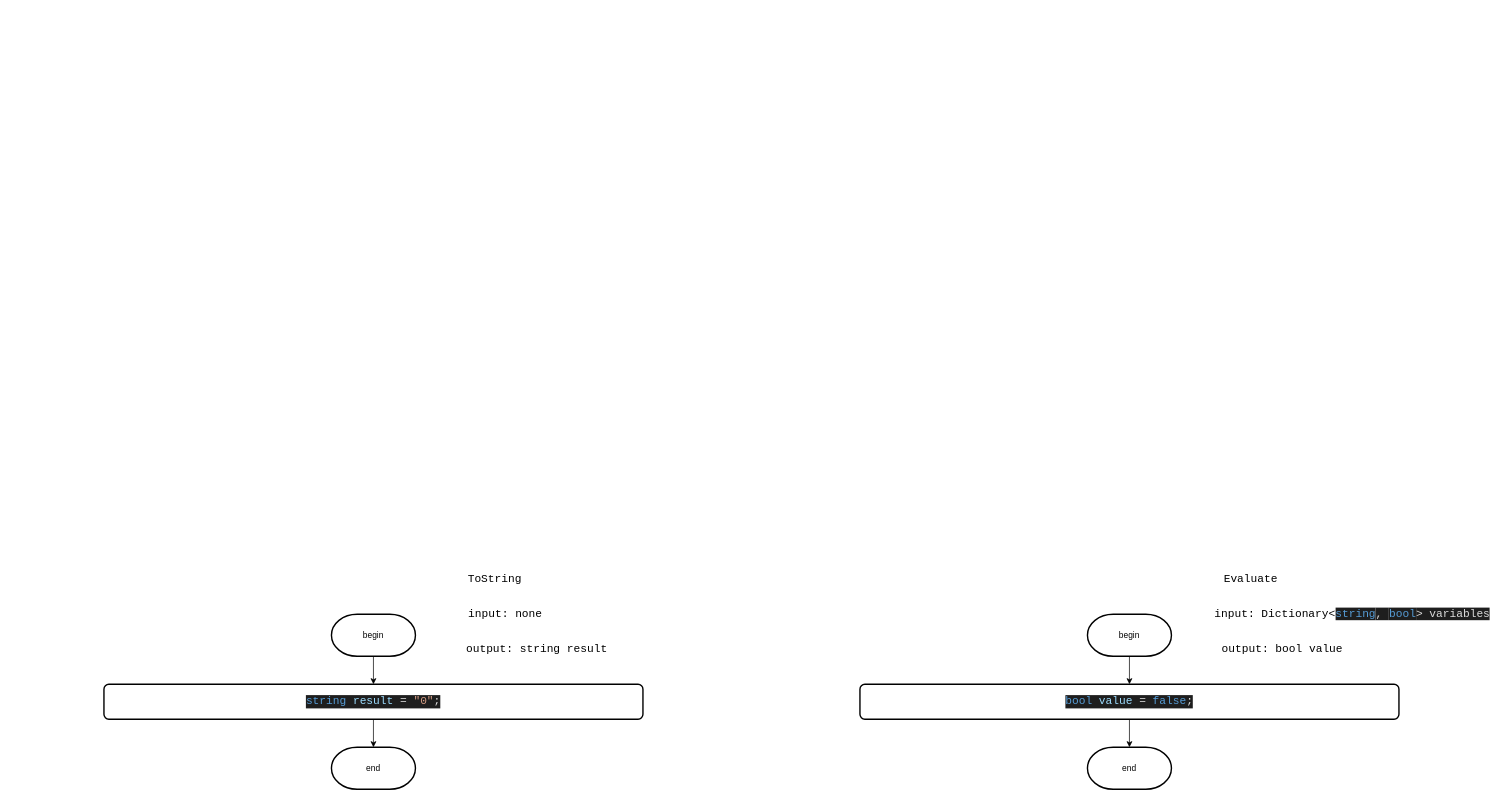
This is Diagrams/false.drawio from slavikovics/FictionalVariables, a draw.io file, before an edit. Source tidied: cells renumbered, new cells numbered last; positions are measured from the earlier drawing's top-left corner, leaving out a move shared by most shapes. Both pictures are drawn from the tidied source at 70%, with x=0, y=0 at pixel (104, 558).
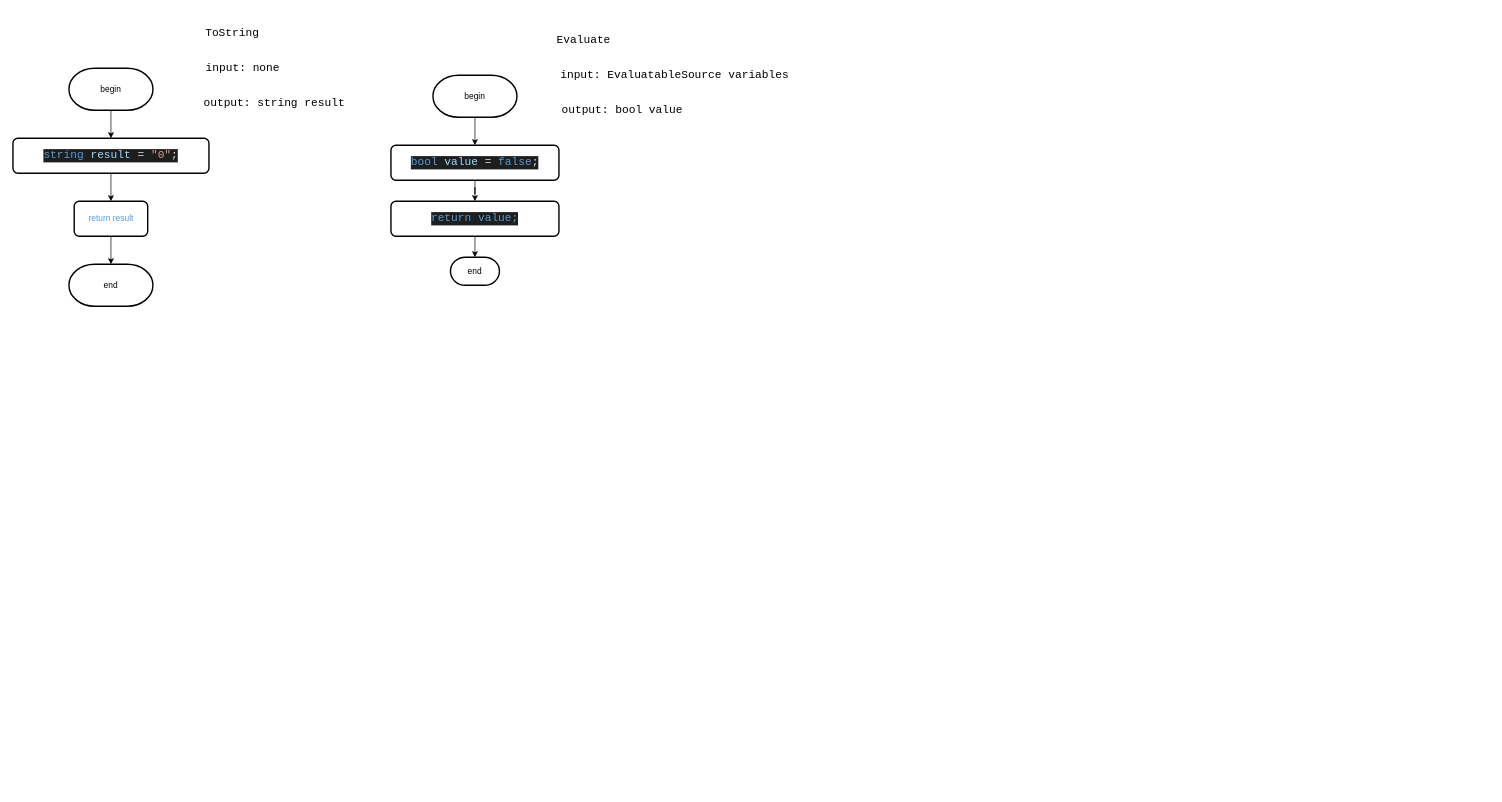
The same diagram, later.

Diff of the diagram source:
```diff
@@
     <mxCell id="2" value="&lt;pre style=&quot;font-family: &amp;quot;JetBrains Mono&amp;quot;, monospace; font-size: 12pt;&quot;&gt;Evaluate&lt;/pre&gt;" style="text;html=1;align=center;verticalAlign=middle;strokeColor=none;fillColor=none;" parent="1" vertex="1">
-      <mxGeometry x="1592.5" width="90" height="60" as="geometry" />
+      <mxGeometry x="640" y="-770" width="90" height="60" as="geometry" />
     </mxCell>
@@
     <mxCell id="4" value="begin" style="strokeWidth=2;html=1;shape=mxgraph.flowchart.terminator;whiteSpace=wrap;" parent="1" vertex="1">
-      <mxGeometry x="1405" y="80" width="120" height="60" as="geometry" />
+      <mxGeometry x="470" y="-690" width="120" height="60" as="geometry" />
     </mxCell>
+    <mxCell id="18" style="edgeStyle=orthogonalEdgeStyle;rounded=0;jettySize=auto;html=1;exitX=0.5;exitY=1;exitDx=0;exitDy=0;" parent="1" edge="1" source="5" target="22">
+      <mxGeometry relative="1" as="geometry" />
+    </mxCell>
     <mxCell id="5" value="&lt;div style=&quot;background-color: rgb(30, 30, 30); color: rgb(220, 220, 220);&quot;&gt;&lt;pre style=&quot;font-family:'JetBrains Mono',monospace;font-size:12.0pt;&quot;&gt;&lt;pre style=&quot;font-family:'JetBrains Mono',monospace;font-size:12.0pt;&quot;&gt;&lt;pre style=&quot;font-family:'JetBrains Mono',monospace;font-size:12.0pt;&quot;&gt;&lt;pre style=&quot;font-family:'JetBrains Mono',monospace;font-size:12.0pt;&quot;&gt;&lt;div&gt;&lt;pre style=&quot;font-family:'JetBrains Mono',monospace;font-size:12.0pt;&quot;&gt;&lt;span style=&quot;color:#569cd6;&quot;&gt;bool &lt;/span&gt;&lt;span style=&quot;color:#9cdcfe;&quot;&gt;value &lt;/span&gt;= &lt;span style=&quot;color:#569cd6;&quot;&gt;false&lt;/span&gt;;&lt;/pre&gt;&lt;/div&gt;&lt;/pre&gt;&lt;/pre&gt;&lt;/pre&gt;&lt;/pre&gt;&lt;/div&gt;" style="rounded=1;whiteSpace=wrap;html=1;absoluteArcSize=1;arcSize=14;strokeWidth=2;" parent="1" vertex="1">
-      <mxGeometry x="1080" y="180" width="770" height="50" as="geometry" />
+      <mxGeometry x="410" y="-590" width="240" height="50" as="geometry" />
     </mxCell>
-    <mxCell id="6" value="&lt;pre style=&quot;font-family: &amp;quot;JetBrains Mono&amp;quot;, monospace; font-size: 12pt;&quot;&gt;input: Dictionary&amp;lt;&lt;span style=&quot;font-size: 12pt; background-color: rgb(30, 30, 30); white-space-collapse: collapse; color: rgb(86, 156, 214);&quot;&gt;string&lt;/span&gt;&lt;span style=&quot;font-size: 12pt; background-color: rgb(30, 30, 30); color: rgb(220, 220, 220); white-space-collapse: collapse;&quot;&gt;, &lt;/span&gt;&lt;span style=&quot;font-size: 12pt; background-color: rgb(30, 30, 30); white-space-collapse: collapse; color: rgb(86, 156, 214);&quot;&gt;bool&lt;/span&gt;&lt;span style=&quot;font-size: 12pt; background-color: rgb(30, 30, 30); color: rgb(220, 220, 220); white-space-collapse: collapse;&quot;&gt;&amp;gt; variables&lt;/span&gt;&lt;/pre&gt;" style="text;html=1;align=center;verticalAlign=middle;strokeColor=none;fillColor=none;" parent="1" vertex="1">
-      <mxGeometry x="1592.5" y="50" width="380" height="60" as="geometry" />
+    <mxCell id="6" value="&lt;pre style=&quot;font-family: &amp;quot;JetBrains Mono&amp;quot;, monospace; font-size: 12pt;&quot;&gt;input: EvaluatableSource variables&lt;/pre&gt;" style="text;html=1;align=center;verticalAlign=middle;strokeColor=none;fillColor=none;" parent="1" vertex="1">
+      <mxGeometry x="640" y="-720" width="350" height="60" as="geometry" />
     </mxCell>
     <mxCell id="7" value="&lt;pre style=&quot;font-family: &amp;quot;JetBrains Mono&amp;quot;, monospace; font-size: 12pt;&quot;&gt;output: bool value&lt;/pre&gt;" style="text;html=1;align=center;verticalAlign=middle;strokeColor=none;fillColor=none;" parent="1" vertex="1">
-      <mxGeometry x="1592.5" y="100" width="180" height="60" as="geometry" />
+      <mxGeometry x="650" y="-670" width="180" height="60" as="geometry" />
     </mxCell>
     <mxCell id="8" value="end" style="strokeWidth=2;html=1;shape=mxgraph.flowchart.terminator;whiteSpace=wrap;" parent="1" vertex="1">
-      <mxGeometry x="1405" y="270" width="120" height="60" as="geometry" />
+      <mxGeometry x="495" y="-430" width="70" height="40" as="geometry" />
     </mxCell>
-    <mxCell id="9" style="edgeStyle=orthogonalEdgeStyle;rounded=0;jettySize=auto;html=1;exitX=0.5;exitY=1;exitDx=0;exitDy=0;entryX=0.5;entryY=0;entryDx=0;entryDy=0;entryPerimeter=0;" parent="1" edge="1" source="5" target="8">
-      <mxGeometry relative="1" as="geometry" />
-    </mxCell>
     <mxCell id="10" value="&lt;pre style=&quot;font-family: &amp;quot;JetBrains Mono&amp;quot;, monospace; font-size: 12pt;&quot;&gt;ToString&lt;/pre&gt;" style="text;html=1;align=center;verticalAlign=middle;strokeColor=none;fillColor=none;" parent="1" vertex="1">
-      <mxGeometry x="512.5" width="90" height="60" as="geometry" />
+      <mxGeometry x="137.5" y="-780" width="90" height="60" as="geometry" />
     </mxCell>
@@
     <mxCell id="12" value="begin" style="strokeWidth=2;html=1;shape=mxgraph.flowchart.terminator;whiteSpace=wrap;" parent="1" vertex="1">
-      <mxGeometry x="325" y="80" width="120" height="60" as="geometry" />
+      <mxGeometry x="-50" y="-700" width="120" height="60" as="geometry" />
     </mxCell>
+    <mxCell id="19" style="edgeStyle=orthogonalEdgeStyle;rounded=0;jettySize=auto;html=1;exitX=0.5;exitY=1;exitDx=0;exitDy=0;" parent="1" edge="1" source="13" target="21">
+      <mxGeometry relative="1" as="geometry" />
+    </mxCell>
     <mxCell id="13" value="&lt;div style=&quot;background-color: rgb(30, 30, 30); color: rgb(220, 220, 220);&quot;&gt;&lt;pre style=&quot;font-family:'JetBrains Mono',monospace;font-size:12.0pt;&quot;&gt;&lt;pre style=&quot;font-family:'JetBrains Mono',monospace;font-size:12.0pt;&quot;&gt;&lt;pre style=&quot;font-family:'JetBrains Mono',monospace;font-size:12.0pt;&quot;&gt;&lt;pre style=&quot;font-family:'JetBrains Mono',monospace;font-size:12.0pt;&quot;&gt;&lt;pre style=&quot;font-family:'JetBrains Mono',monospace;font-size:12.0pt;&quot;&gt;&lt;div&gt;&lt;pre style=&quot;font-family:'JetBrains Mono',monospace;font-size:12.0pt;&quot;&gt;&lt;span style=&quot;color:#569cd6;&quot;&gt;string &lt;/span&gt;&lt;span style=&quot;color:#9cdcfe;&quot;&gt;result &lt;/span&gt;= &lt;span style=&quot;color:#d69d85;&quot;&gt;&quot;0&quot;&lt;/span&gt;;&lt;/pre&gt;&lt;/div&gt;&lt;/pre&gt;&lt;/pre&gt;&lt;/pre&gt;&lt;/pre&gt;&lt;/pre&gt;&lt;/div&gt;" style="rounded=1;whiteSpace=wrap;html=1;absoluteArcSize=1;arcSize=14;strokeWidth=2;" parent="1" vertex="1">
-      <mxGeometry y="180" width="770" height="50" as="geometry" />
+      <mxGeometry x="-130" y="-600" width="280" height="50" as="geometry" />
     </mxCell>
     <mxCell id="14" value="&lt;pre style=&quot;font-family: &amp;quot;JetBrains Mono&amp;quot;, monospace; font-size: 12pt;&quot;&gt;input: none&lt;/pre&gt;" style="text;html=1;align=center;verticalAlign=middle;strokeColor=none;fillColor=none;" parent="1" vertex="1">
-      <mxGeometry x="512.5" y="50" width="120" height="60" as="geometry" />
+      <mxGeometry x="137.5" y="-730" width="120" height="60" as="geometry" />
     </mxCell>
     <mxCell id="15" value="&lt;pre style=&quot;font-family: &amp;quot;JetBrains Mono&amp;quot;, monospace; font-size: 12pt;&quot;&gt;output: string result&lt;/pre&gt;" style="text;html=1;align=center;verticalAlign=middle;strokeColor=none;fillColor=none;" parent="1" vertex="1">
-      <mxGeometry x="512.5" y="100" width="210" height="60" as="geometry" />
+      <mxGeometry x="137.5" y="-680" width="210" height="60" as="geometry" />
     </mxCell>
     <mxCell id="16" value="end" style="strokeWidth=2;html=1;shape=mxgraph.flowchart.terminator;whiteSpace=wrap;" parent="1" vertex="1">
-      <mxGeometry x="325" y="270" width="120" height="60" as="geometry" />
+      <mxGeometry x="-50" y="-420" width="120" height="60" as="geometry" />
     </mxCell>
-    <mxCell id="17" style="edgeStyle=orthogonalEdgeStyle;rounded=0;jettySize=auto;html=1;exitX=0.5;exitY=1;exitDx=0;exitDy=0;entryX=0.5;entryY=0;entryDx=0;entryDy=0;entryPerimeter=0;" parent="1" edge="1" source="13" target="16">
-      <mxGeometry relative="1" as="geometry" />
-    </mxCell>
+    <mxCell id="20" style="edgeStyle=orthogonalEdgeStyle;rounded=0;jettySize=auto;html=1;exitX=0.5;exitY=1;exitDx=0;exitDy=0;" parent="1" edge="1" source="21" target="16">
+      <mxGeometry relative="1" as="geometry" />
+    </mxCell>
+    <mxCell id="21" value="&lt;font color=&quot;#569cd6&quot;&gt;return result&lt;/font&gt;" style="rounded=1;whiteSpace=wrap;html=1;absoluteArcSize=1;arcSize=14;strokeWidth=2;" parent="1" vertex="1">
+      <mxGeometry x="-42.5" y="-510" width="105" height="50" as="geometry" />
+    </mxCell>
+    <mxCell id="22" value="&lt;div style=&quot;background-color: rgb(30, 30, 30); color: rgb(220, 220, 220);&quot;&gt;&lt;pre style=&quot;font-family: &amp;quot;JetBrains Mono&amp;quot;, monospace; font-size: 12pt;&quot;&gt;&lt;pre style=&quot;font-family: &amp;quot;JetBrains Mono&amp;quot;, monospace; font-size: 12pt;&quot;&gt;&lt;pre style=&quot;font-family: &amp;quot;JetBrains Mono&amp;quot;, monospace; font-size: 12pt;&quot;&gt;&lt;pre style=&quot;font-family: &amp;quot;JetBrains Mono&amp;quot;, monospace; font-size: 12pt;&quot;&gt;&lt;pre style=&quot;font-family: &amp;quot;JetBrains Mono&amp;quot;, monospace; font-size: 12pt;&quot;&gt;&lt;font color=&quot;#569cd6&quot;&gt;return value;&lt;/font&gt;&lt;/pre&gt;&lt;/pre&gt;&lt;/pre&gt;&lt;/pre&gt;&lt;/pre&gt;&lt;/div&gt;" style="rounded=1;whiteSpace=wrap;html=1;absoluteArcSize=1;arcSize=14;strokeWidth=2;" parent="1" vertex="1">
+      <mxGeometry x="410" y="-510" width="240" height="50" as="geometry" />
+    </mxCell>
+    <mxCell id="23" style="edgeStyle=orthogonalEdgeStyle;rounded=0;jettySize=auto;html=1;exitX=0.5;exitY=1;exitDx=0;exitDy=0;entryX=0.5;entryY=0;entryDx=0;entryDy=0;entryPerimeter=0;" parent="1" edge="1" source="22" target="8">
+      <mxGeometry relative="1" as="geometry" />
+    </mxCell>
```
